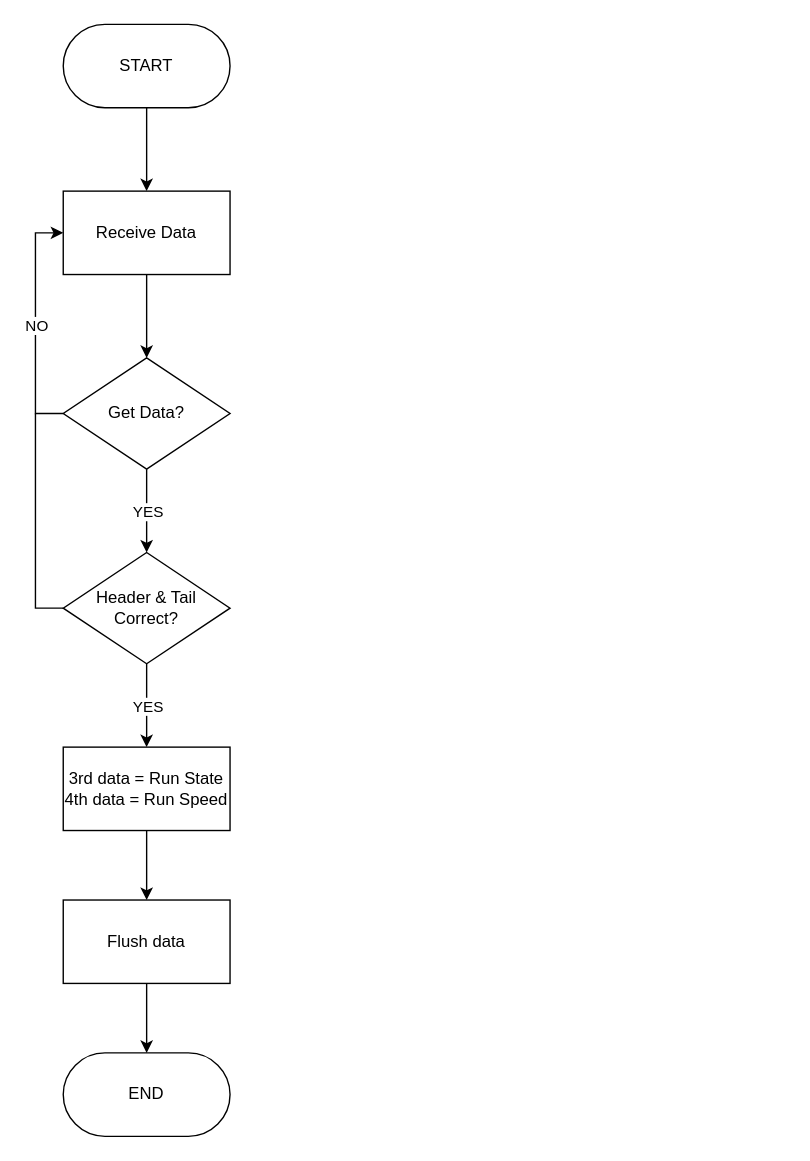
The draw.io diagram page "Page-1" (1 of 2) of Program/Breakdown/AGV Serial Com.drawio in AlfonsusGiovanni/Automated-Guided-Vehicle, before the edit. Source tidied: cells renumbered, new cells numbered last; positions are measured from the earlier drawing's top-left corner, leaving out a move shared by most shapes. Both pictures are drawn from the tidied source at 139%, with x=0, y=0 at pixel (35, 24).
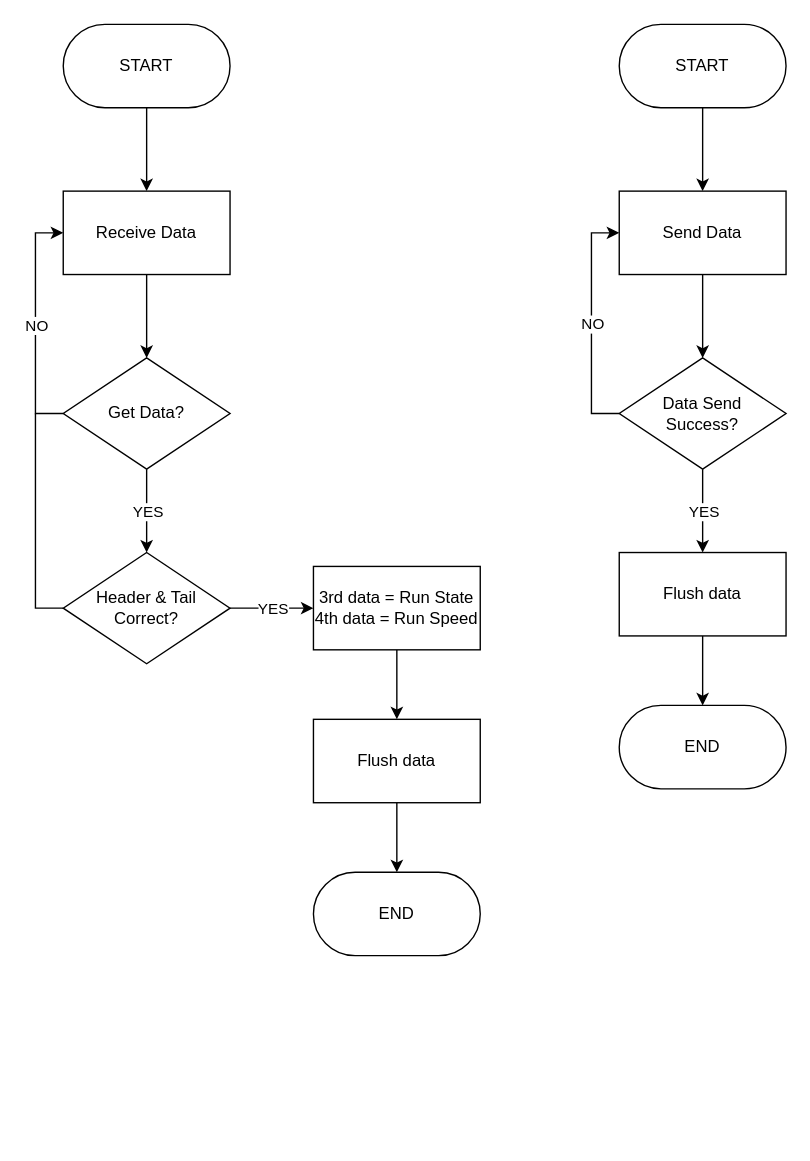
After the change.

Change to the diagram source:
```diff
@@
     <mxCell id="16" value="3rd data = Run State&lt;div&gt;4th data = Run Speed&lt;/div&gt;" style="rounded=0;whiteSpace=wrap;html=1;" parent="1" vertex="1">
-      <mxGeometry x="20" y="520" width="120" height="60" as="geometry" />
+      <mxGeometry x="200" y="390" width="120" height="60" as="geometry" />
     </mxCell>
@@
     <mxCell id="18" value="Flush data" style="rounded=0;whiteSpace=wrap;html=1;" parent="1" vertex="1">
-      <mxGeometry x="20" y="630" width="120" height="60" as="geometry" />
+      <mxGeometry x="200" y="500" width="120" height="60" as="geometry" />
     </mxCell>
     <mxCell id="19" value="END" style="rounded=1;whiteSpace=wrap;html=1;arcSize=50;" parent="1" vertex="1">
-      <mxGeometry x="20" y="740" width="120" height="60" as="geometry" />
+      <mxGeometry x="200" y="610" width="120" height="60" as="geometry" />
     </mxCell>
+    <mxCell id="20" style="edgeStyle=orthogonalEdgeStyle;rounded=0;jettySize=auto;html=1;" parent="1" edge="1" source="21" target="23">
+      <mxGeometry relative="1" as="geometry" />
+    </mxCell>
+    <mxCell id="21" value="START" style="rounded=1;whiteSpace=wrap;html=1;arcSize=50;" parent="1" vertex="1">
+      <mxGeometry x="420" width="120" height="60" as="geometry" />
+    </mxCell>
+    <mxCell id="22" style="edgeStyle=orthogonalEdgeStyle;rounded=0;jettySize=auto;html=1;" parent="1" edge="1" source="23" target="28">
+      <mxGeometry relative="1" as="geometry" />
+    </mxCell>
+    <mxCell id="23" value="Send Data" style="rounded=0;whiteSpace=wrap;html=1;" parent="1" vertex="1">
+      <mxGeometry x="420" y="120" width="120" height="60" as="geometry" />
+    </mxCell>
+    <mxCell id="24" style="edgeStyle=orthogonalEdgeStyle;rounded=0;jettySize=auto;html=1;" parent="1" edge="1" source="28">
+      <mxGeometry relative="1" as="geometry">
+        <mxPoint x="480" y="380" as="targetPoint" />
+      </mxGeometry>
+    </mxCell>
+    <mxCell id="25" value="YES" style="edgeLabel;html=1;align=center;verticalAlign=middle;" parent="24" vertex="1">
+      <mxGeometry relative="1" as="geometry" />
+    </mxCell>
+    <mxCell id="26" style="edgeStyle=orthogonalEdgeStyle;rounded=0;jettySize=auto;html=1;exitX=0;exitY=0.5;exitDx=0;exitDy=0;entryX=0;entryY=0.5;entryDx=0;entryDy=0;" parent="1" edge="1" source="28" target="23">
+      <mxGeometry relative="1" as="geometry" />
+    </mxCell>
+    <mxCell id="27" value="NO" style="edgeLabel;html=1;align=center;verticalAlign=middle;" parent="26" vertex="1">
+      <mxGeometry relative="1" as="geometry" />
+    </mxCell>
+    <mxCell id="28" value="Data Send&lt;div&gt;Success?&lt;/div&gt;" style="rhombus;whiteSpace=wrap;html=1;" parent="1" vertex="1">
+      <mxGeometry x="420" y="240" width="120" height="80" as="geometry" />
+    </mxCell>
+    <mxCell id="29" style="edgeStyle=orthogonalEdgeStyle;rounded=0;jettySize=auto;html=1;" parent="1" edge="1" source="30" target="31">
+      <mxGeometry relative="1" as="geometry" />
+    </mxCell>
+    <mxCell id="30" value="Flush data" style="rounded=0;whiteSpace=wrap;html=1;" parent="1" vertex="1">
+      <mxGeometry x="420" y="380" width="120" height="60" as="geometry" />
+    </mxCell>
+    <mxCell id="31" value="END" style="rounded=1;whiteSpace=wrap;html=1;arcSize=50;" parent="1" vertex="1">
+      <mxGeometry x="420" y="490" width="120" height="60" as="geometry" />
+    </mxCell>
```
